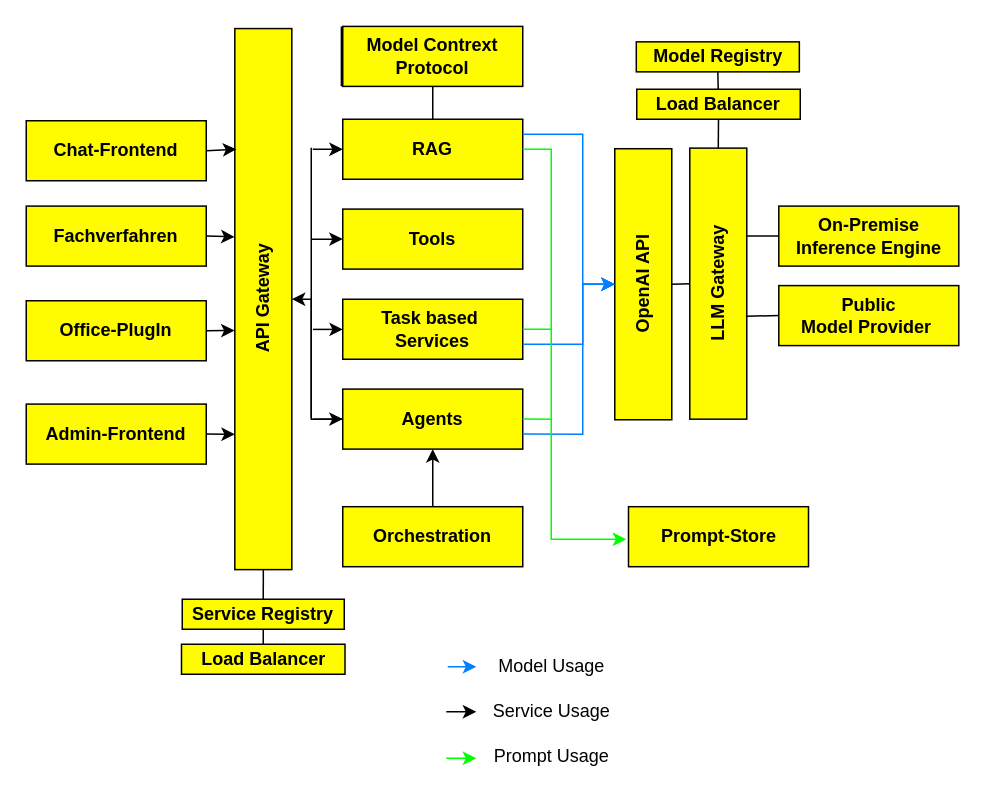
Before: RAKIPOEV-docs/docs/drawio/HighLevelArchitecture.drawio in dneumnn/RAKIPOEV, a draw.io diagram. Source tidied: cells renumbered, new cells numbered last; positions are measured from the earlier drawing's top-left corner, leaving out a move shared by most shapes. Both pictures are drawn from the tidied source at 150%, with x=0, y=0 at pixel (-8, 26).
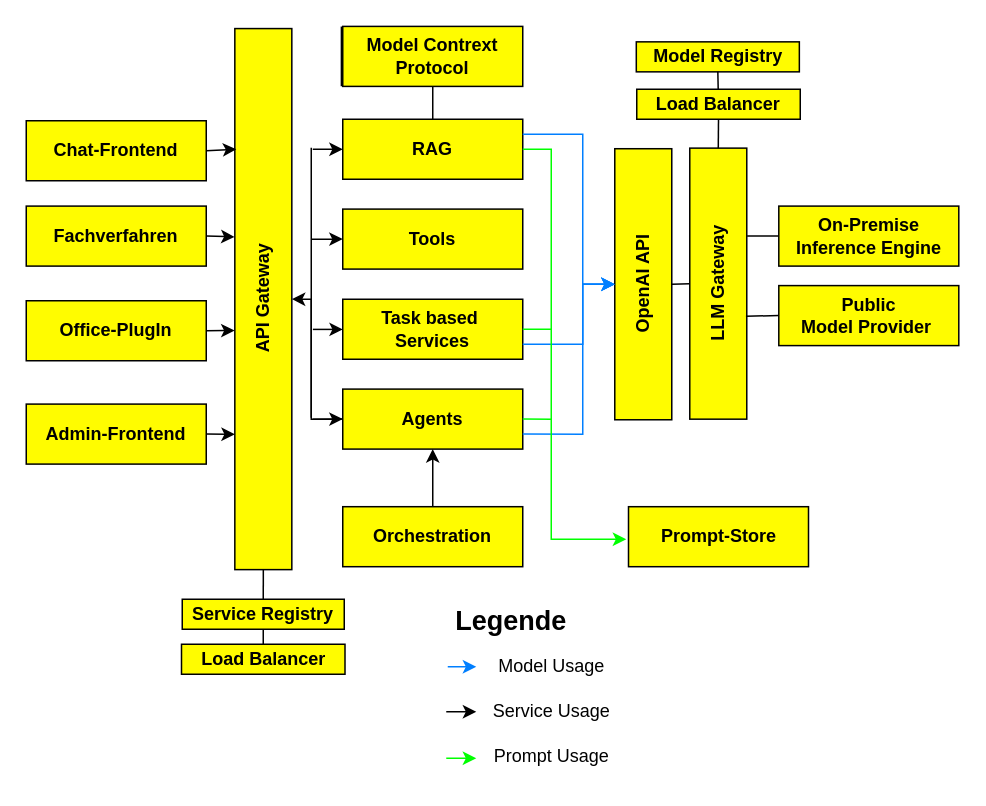
The same diagram, later.

Diff of the diagram source:
```diff
@@
+    <mxCell id="54" value="&lt;b&gt;&lt;font style=&quot;font-size: 18px;&quot;&gt;Legende&lt;/font&gt;&lt;/b&gt;" style="text;html=1;align=center;verticalAlign=middle;whiteSpace=wrap;rounded=0;" parent="1" vertex="1">
+      <mxGeometry x="295" y="382" width="101" height="30" as="geometry" />
+    </mxCell>
```
